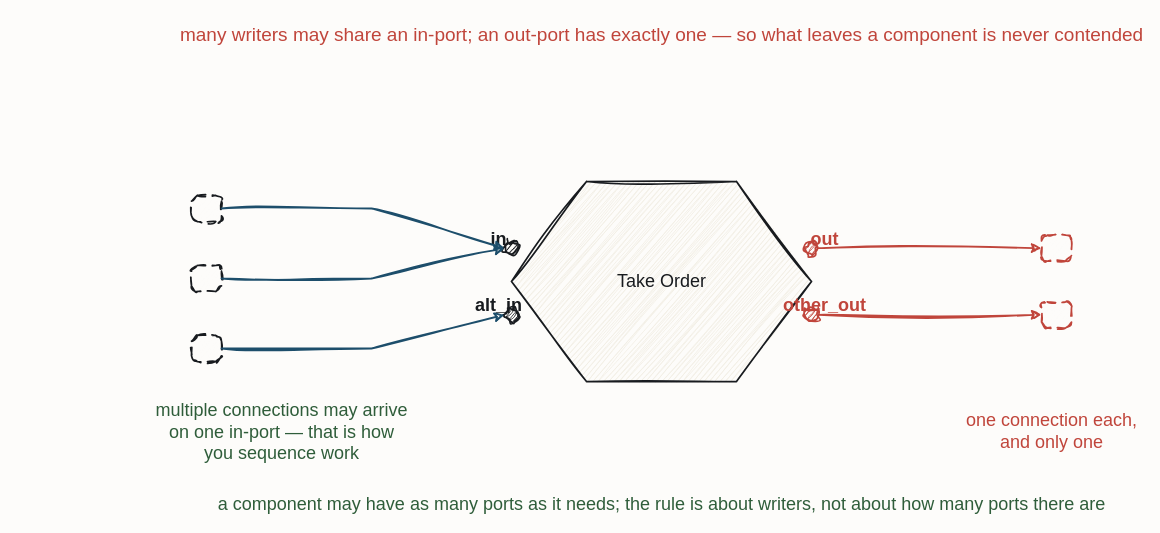
Before: resources/flow-fbp-ports.drawio in iancooper/practical-messaging, a draw.io diagram. Source tidied: cells renumbered, new cells numbered last; positions are measured from the earlier drawing's top-left corner, leaving out a move shared by most shapes. Both pictures are drawn from the tidied source at 100%, with x=0, y=0 at pixel (191, 17).
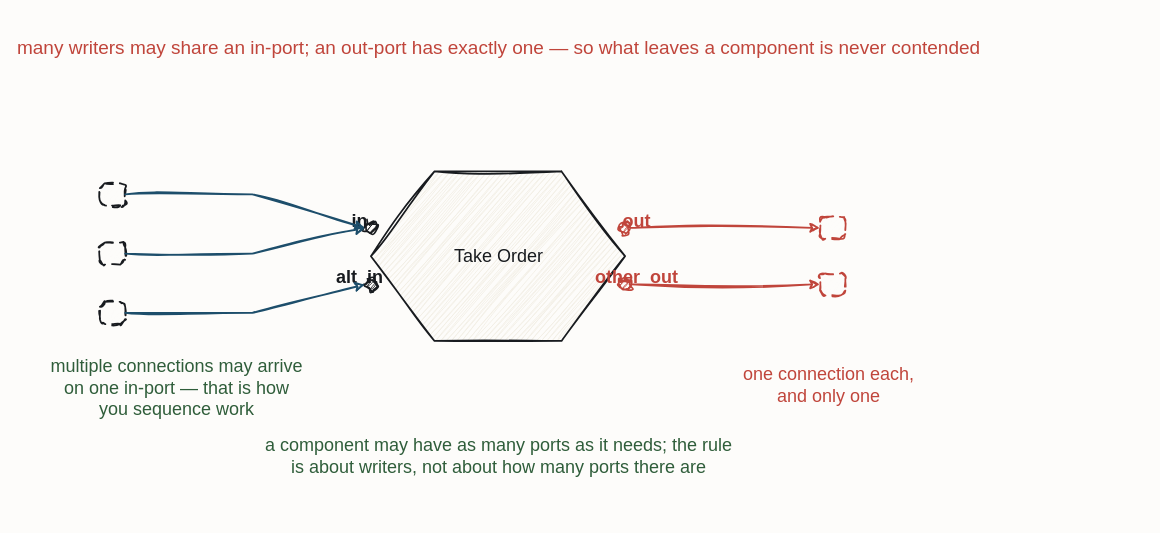
The same diagram, later.

The edit, as a diff of the source:
```diff
@@
     <mxCell id="2" value="many writers may share an in-port; an out-port has exactly one — so what leaves a component is never contended" style="text;html=1;align=center;fontFamily=Caveat;fontSize=19;fontColor=#C0453B;" parent="1" vertex="1">
-      <mxGeometry x="410" width="120" height="20" as="geometry" />
+      <mxGeometry x="246.5" y="13.1" width="120" height="20" as="geometry" />
     </mxCell>
     <mxCell id="3" value="Take Order" style="sketch=1;hachureGap=4;jiggle=2;curveFitting=1;fontFamily=Caveat;html=1;shape=hexagon;perimeter=hexagonPerimeter2;strokeColor=#181B1F;strokeWidth=1.7;fillColor=#F3EFE6;fontColor=#181B1F;fontSize=18;" parent="1" vertex="1">
-      <mxGeometry x="320" y="164" width="300" height="200" as="geometry" />
+      <mxGeometry x="179.4" y="153.9" width="254.2" height="169.5" as="geometry" />
     </mxCell>
     <mxCell id="4" style="sketch=1;hachureGap=4;jiggle=2;curveFitting=1;fontFamily=Caveat;html=1;ellipse;verticalLabelPosition=bottom;verticalAlign=top;strokeColor=#181B1F;strokeWidth=1.7;fillColor=#181B1F;fontColor=#181B1F;fontSize=14;" parent="1" vertex="1">
-      <mxGeometry x="313" y="223.7" width="14" height="14" as="geometry" />
+      <mxGeometry x="173.5" y="204.5" width="11.9" height="11.9" as="geometry" />
     </mxCell>
     <mxCell id="5" value="in" style="text;html=1;align=center;fontFamily=Caveat;fontSize=18;fontColor=#181B1F;fontStyle=1;" parent="1" vertex="1">
-      <mxGeometry x="247" y="204.7" width="120" height="20" as="geometry" />
+      <mxGeometry x="108.4" y="186.5" width="120" height="20" as="geometry" />
     </mxCell>
     <mxCell id="6" style="sketch=1;hachureGap=4;jiggle=2;curveFitting=1;fontFamily=Caveat;html=1;ellipse;verticalLabelPosition=bottom;verticalAlign=top;strokeColor=#181B1F;strokeWidth=1.7;fillColor=#181B1F;fontColor=#181B1F;fontSize=14;" parent="1" vertex="1">
-      <mxGeometry x="313" y="290.3" width="14" height="14" as="geometry" />
+      <mxGeometry x="173.5" y="261" width="11.9" height="11.9" as="geometry" />
     </mxCell>
     <mxCell id="7" value="alt_in" style="text;html=1;align=center;fontFamily=Caveat;fontSize=18;fontColor=#181B1F;fontStyle=1;" parent="1" vertex="1">
-      <mxGeometry x="247" y="271.3" width="120" height="20" as="geometry" />
+      <mxGeometry x="108.4" y="243" width="120" height="20" as="geometry" />
     </mxCell>
     <mxCell id="8" style="sketch=1;hachureGap=4;jiggle=2;curveFitting=1;fontFamily=Caveat;html=1;ellipse;verticalLabelPosition=bottom;verticalAlign=top;strokeColor=#C0453B;strokeWidth=1.7;fillColor=#C0453B;fontColor=#C0453B;fontSize=14;" parent="1" vertex="1">
-      <mxGeometry x="613" y="223.7" width="14" height="14" as="geometry" />
+      <mxGeometry x="427.7" y="204.5" width="11.9" height="11.9" as="geometry" />
     </mxCell>
     <mxCell id="9" value="out" style="text;html=1;align=center;fontFamily=Caveat;fontSize=18;fontColor=#C0453B;fontStyle=1;" parent="1" vertex="1">
-      <mxGeometry x="573" y="204.7" width="120" height="20" as="geometry" />
+      <mxGeometry x="384.6" y="186.5" width="120" height="20" as="geometry" />
     </mxCell>
     <mxCell id="10" style="sketch=1;hachureGap=4;jiggle=2;curveFitting=1;fontFamily=Caveat;html=1;ellipse;verticalLabelPosition=bottom;verticalAlign=top;strokeColor=#C0453B;strokeWidth=1.7;fillColor=#C0453B;fontColor=#C0453B;fontSize=14;" parent="1" vertex="1">
-      <mxGeometry x="613" y="290.3" width="14" height="14" as="geometry" />
+      <mxGeometry x="427.7" y="261" width="11.9" height="11.9" as="geometry" />
     </mxCell>
     <mxCell id="11" value="other_out" style="text;html=1;align=center;fontFamily=Caveat;fontSize=18;fontColor=#C0453B;fontStyle=1;" parent="1" vertex="1">
-      <mxGeometry x="573" y="271.3" width="120" height="20" as="geometry" />
+      <mxGeometry x="384.6" y="243" width="120" height="20" as="geometry" />
     </mxCell>
     <mxCell id="12" style="sketch=1;hachureGap=4;jiggle=2;curveFitting=1;fontFamily=Caveat;html=1;rounded=1;arcSize=22;dashed=1;dashPattern=5 4;strokeColor=#181B1F;strokeWidth=1.7;fillColor=#FDFCFA;fontColor=#181B1F;fontSize=13;" parent="1" vertex="1">
-      <mxGeometry y="178" width="30" height="26" as="geometry" />
+      <mxGeometry x="-91.7" y="165.8" width="25.4" height="22" as="geometry" />
     </mxCell>
     <mxCell id="13" style="sketch=1;hachureGap=4;jiggle=2;curveFitting=1;fontFamily=Caveat;html=1;rounded=1;arcSize=22;dashed=1;dashPattern=5 4;strokeColor=#181B1F;strokeWidth=1.7;fillColor=#FDFCFA;fontColor=#181B1F;fontSize=13;" parent="1" vertex="1">
-      <mxGeometry y="248" width="30" height="26" as="geometry" />
+      <mxGeometry x="-91.7" y="225.1" width="25.4" height="22" as="geometry" />
     </mxCell>
     <mxCell id="14" style="sketch=1;hachureGap=4;jiggle=2;curveFitting=1;fontFamily=Caveat;html=1;rounded=1;arcSize=22;dashed=1;dashPattern=5 4;strokeColor=#181B1F;strokeWidth=1.7;fillColor=#FDFCFA;fontColor=#181B1F;fontSize=13;" parent="1" vertex="1">
-      <mxGeometry y="318" width="30" height="26" as="geometry" />
+      <mxGeometry x="-91.7" y="284.4" width="25.4" height="22" as="geometry" />
     </mxCell>
     <mxCell id="15" style="sketch=1;hachureGap=4;jiggle=2;curveFitting=1;fontFamily=Caveat;html=1;rounded=1;arcSize=22;dashed=1;dashPattern=5 4;strokeColor=#C0453B;strokeWidth=1.7;fillColor=#FDFCFA;fontColor=#C0453B;fontSize=13;" parent="1" vertex="1">
-      <mxGeometry x="850" y="217.7" width="30" height="26" as="geometry" />
+      <mxGeometry x="628.5" y="199.4" width="25.4" height="22" as="geometry" />
     </mxCell>
     <mxCell id="16" style="sketch=1;hachureGap=4;jiggle=2;curveFitting=1;fontFamily=Caveat;html=1;rounded=1;arcSize=22;dashed=1;dashPattern=5 4;strokeColor=#C0453B;strokeWidth=1.7;fillColor=#FDFCFA;fontColor=#C0453B;fontSize=13;" parent="1" vertex="1">
-      <mxGeometry x="850" y="284.3" width="30" height="26" as="geometry" />
+      <mxGeometry x="628.5" y="255.9" width="25.4" height="22" as="geometry" />
     </mxCell>
     <mxCell id="17" value="multiple connections may arrive&#10;on one in-port — that is how&#10;you sequence work" style="text;html=1;align=center;fontFamily=Caveat;fontSize=18;fontColor=#2F5D3A;" parent="1" vertex="1">
-      <mxGeometry x="30" y="376" width="120" height="20" as="geometry" />
+      <mxGeometry x="-75.5" y="331.7" width="120" height="20" as="geometry" />
     </mxCell>
     <mxCell id="18" value="one connection each,&#10;and only one" style="text;html=1;align=center;fontFamily=Caveat;fontSize=18;fontColor=#C0453B;" parent="1" vertex="1">
-      <mxGeometry x="800" y="386" width="120" height="20" as="geometry" />
+      <mxGeometry x="577" y="340.2" width="120" height="20" as="geometry" />
     </mxCell>
-    <mxCell id="19" value="a component may have as many ports as it needs; the rule is about writers, not about how many ports there are" style="text;html=1;align=center;fontFamily=Caveat;fontSize=18;fontColor=#2F5D3A;" parent="1" vertex="1">
-      <mxGeometry x="410" y="470" width="120" height="20" as="geometry" />
+    <mxCell id="19" value="a component may have as many ports as it needs; the rule&#10;is about writers, not about how many ports there are" style="text;html=1;align=center;fontFamily=Caveat;fontSize=18;fontColor=#2F5D3A;" parent="1" vertex="1">
+      <mxGeometry x="246.5" y="411.4" width="120" height="20" as="geometry" />
     </mxCell>
     <mxCell id="20" style="sketch=1;jiggle=2;curveFitting=1;edgeStyle=none;rounded=0;strokeColor=#1D4E6B;strokeWidth=1.8;fontFamily=Caveat;fontSize=18;fontColor=#1D4E6B;html=1;exitX=1.0;exitY=0.5;exitDx=0;exitDy=0;entryX=0.0;entryY=0.5;entryDx=0;entryDy=0;" parent="1" edge="1" source="12" target="4">
       <mxGeometry relative="1" as="geometry">
         <Array as="points">
-          <mxPoint x="180" y="191" />
+          <mxPoint x="60.8" y="176.8" />
         </Array>
       </mxGeometry>
     </mxCell>
     <mxCell id="21" style="sketch=1;jiggle=2;curveFitting=1;edgeStyle=none;rounded=0;strokeColor=#1D4E6B;strokeWidth=1.8;fontFamily=Caveat;fontSize=18;fontColor=#1D4E6B;html=1;exitX=1.0;exitY=0.5;exitDx=0;exitDy=0;entryX=0.0;entryY=0.5;entryDx=0;entryDy=0;" parent="1" edge="1" source="13" target="4">
       <mxGeometry relative="1" as="geometry">
         <Array as="points">
-          <mxPoint x="180" y="261" />
+          <mxPoint x="60.8" y="236.1" />
         </Array>
       </mxGeometry>
     </mxCell>
     <mxCell id="22" style="sketch=1;jiggle=2;curveFitting=1;edgeStyle=none;rounded=0;strokeColor=#1D4E6B;strokeWidth=1.8;fontFamily=Caveat;fontSize=18;fontColor=#1D4E6B;html=1;exitX=1.0;exitY=0.5;exitDx=0;exitDy=0;entryX=0.0;entryY=0.5;entryDx=0;entryDy=0;" parent="1" edge="1" source="14" target="6">
       <mxGeometry relative="1" as="geometry">
         <Array as="points">
-          <mxPoint x="180" y="331" />
+          <mxPoint x="60.8" y="295.4" />
         </Array>
       </mxGeometry>
     </mxCell>
```
